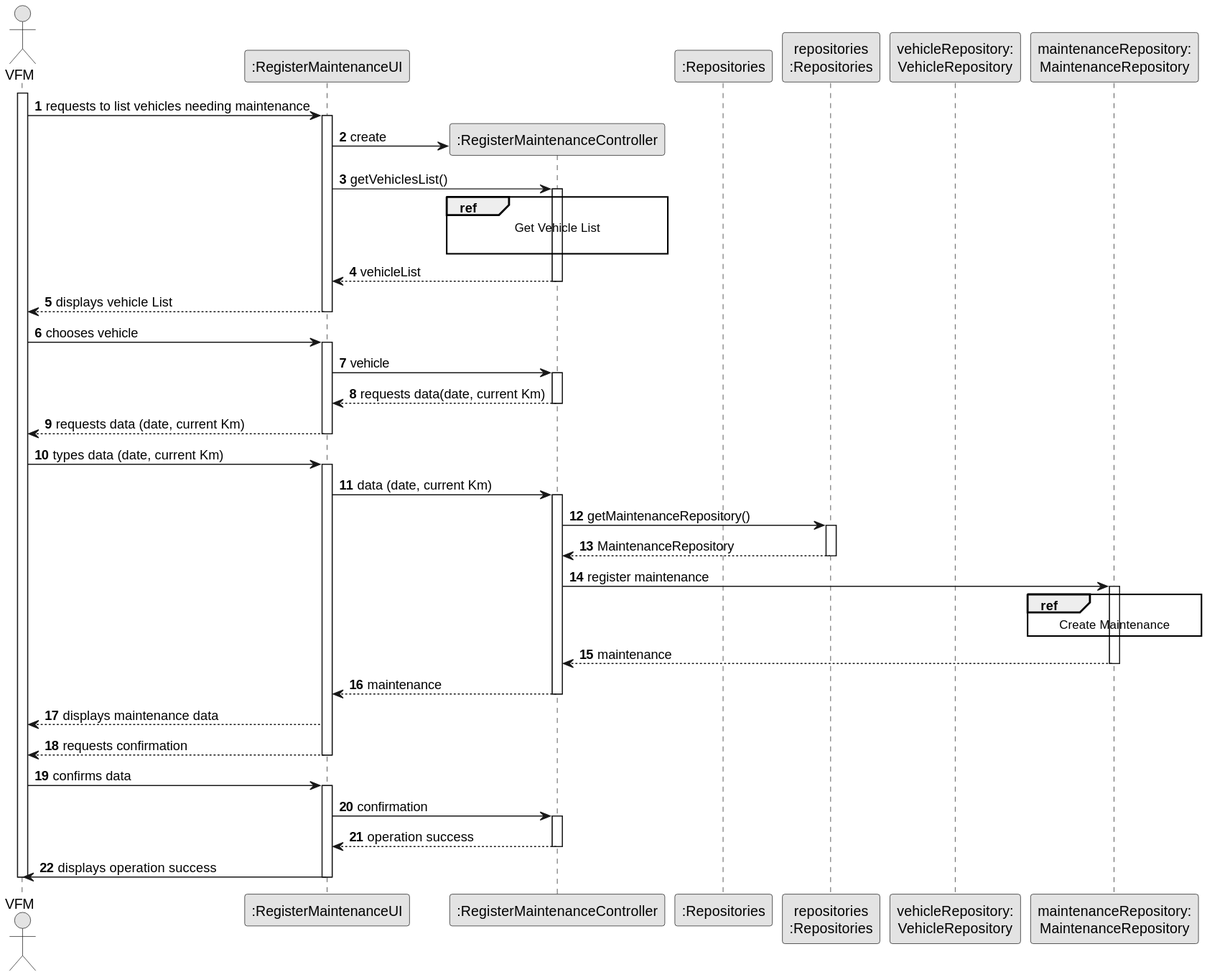
Before: docs/sprintB/us007/03.design/svg/us007-sequence-diagram-split.svg, a diagram exported from PlantUML (ricardomm7/leaflink). Its diagram source:
```plantuml
@startuml
skinparam monochrome true
skinparam packageStyle rectangle
skinparam shadowing false

autonumber

actor "VFM" as VFM
participant ":RegisterMaintenanceUI" as UI
participant ":RegisterMaintenanceController" as CTRL
participant ":Repositories" as RepositorySingleton
participant "repositories\n:Repositories" as PLAT
participant "vehicleRepository:\nVehicleRepository" as VehicleRepository
participant "maintenanceRepository:\nMaintenanceRepository" as MaintenanceRepository


activate VFM

    VFM -> UI : requests to list vehicles needing maintenance
    activate UI

        UI -> CTRL** : create

        UI -> CTRL : getVehiclesList()
        activate CTRL

             ref over CTRL
                Get Vehicle List

             end ref

            CTRL --> UI : vehicleList
            deactivate CTRL

            UI --> VFM : displays vehicle List
            deactivate UI

            VFM -> UI : chooses vehicle
            activate UI

            UI -> CTRL : vehicle
            activate CTRL

            CTRL --> UI : requests data(date, current Km)
            deactivate CTRL

            UI --> VFM : requests data (date, current Km)
            deactivate

            VFM -> UI : types data (date, current Km)
            activate UI

            UI -> CTRL : data (date, current Km)
            activate CTRL

            CTRL -> PLAT : getMaintenanceRepository()
            activate PLAT

            PLAT --> CTRL : MaintenanceRepository
            deactivate

            CTRL -> MaintenanceRepository : register maintenance
            activate MaintenanceRepository

                ref over MaintenanceRepository
                    Create Maintenance
                end
               MaintenanceRepository --> CTRL : maintenance
               deactivate
               CTRL --> UI : maintenance
               deactivate
               UI --> VFM : displays maintenance data
               UI --> VFM : requests confirmation
               deactivate
               VFM -> UI : confirms data
               activate UI

               UI -> CTRL : confirmation
               activate CTRL

               CTRL --> UI : operation success
               deactivate
               UI -> VFM : displays operation success
               deactivate

               deactivate VFM
@enduml
```
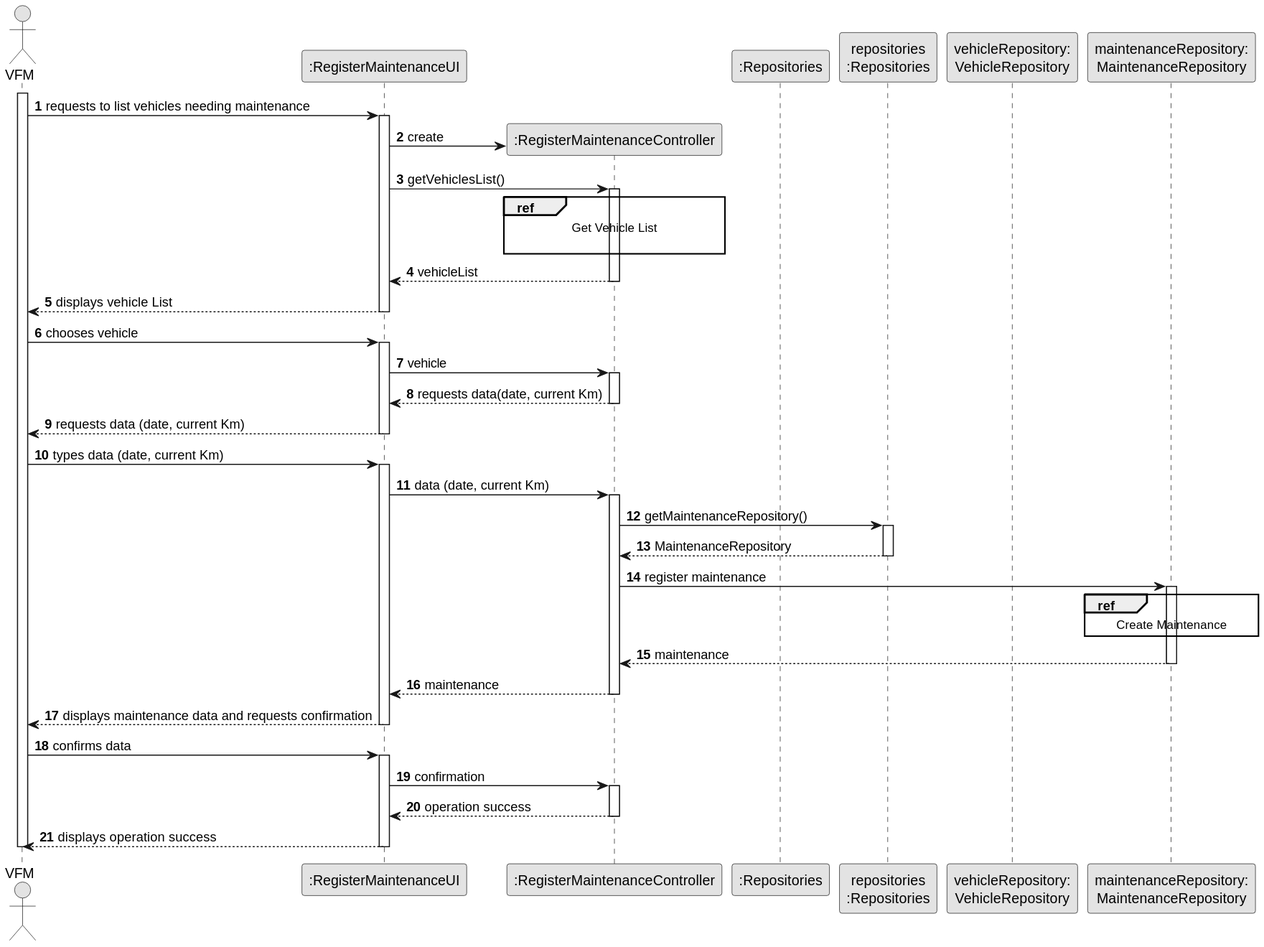
Above is the later version.

What changed in the source:
```diff
@@ -69,8 +69,7 @@
                deactivate
                CTRL --> UI : maintenance
                deactivate
-               UI --> VFM : displays maintenance data
-               UI --> VFM : requests confirmation
+               UI --> VFM : displays maintenance data and requests confirmation
                deactivate
                VFM -> UI : confirms data
                activate UI
@@ -80,7 +79,7 @@
 
                CTRL --> UI : operation success
                deactivate
-               UI -> VFM : displays operation success
+               UI --> VFM : displays operation success
                deactivate
 
                deactivate VFM
```
